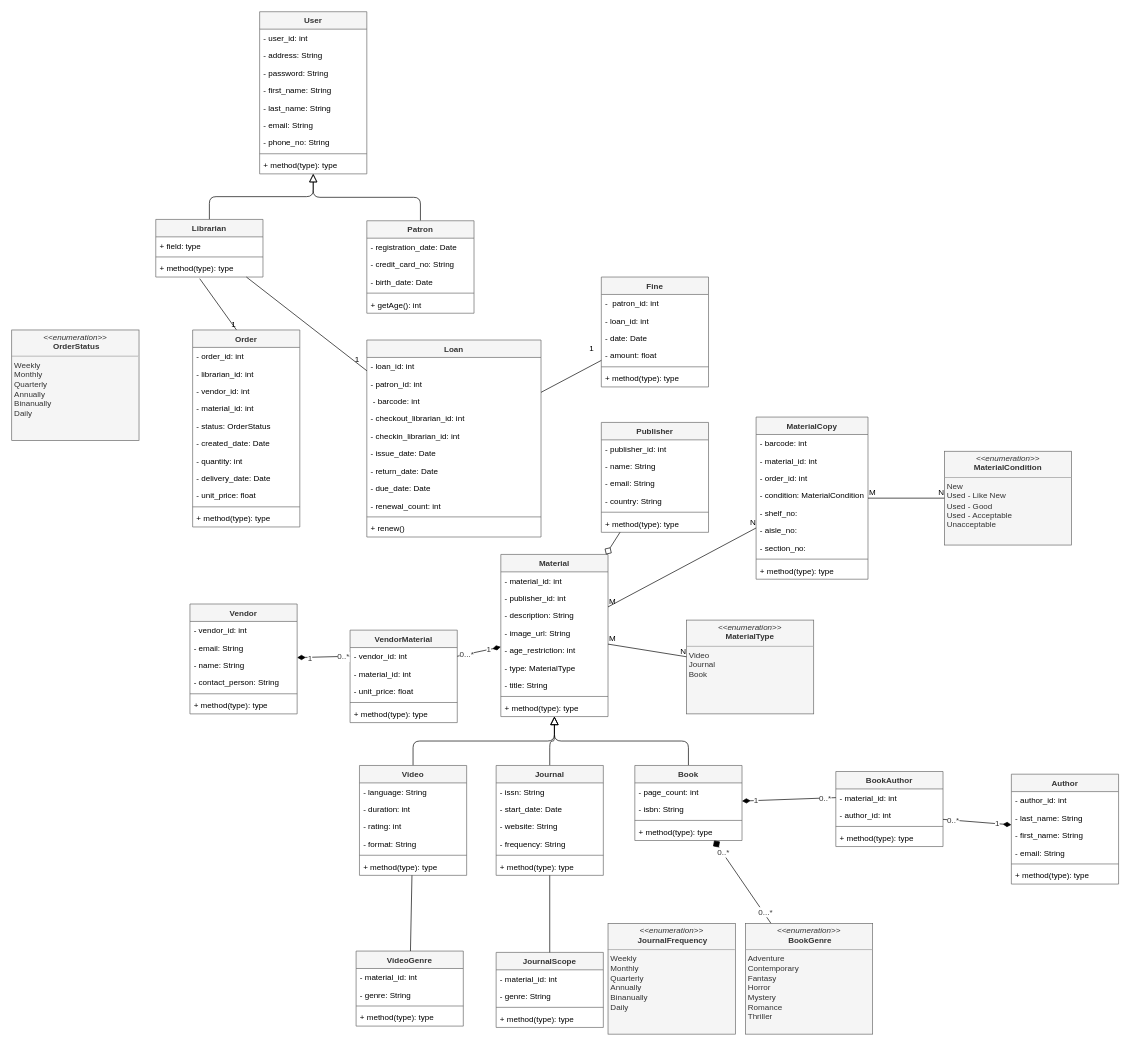
Earlier version of the draw.io diagram docs/assets/uml-class-diagram.drawio (creme332/biblionex). Source tidied: cells renumbered, new cells numbered last; positions are measured from the earlier drawing's top-left corner, leaving out a move shared by most shapes. Both pictures are drawn from the tidied source at 67%, with x=0, y=0 at pixel (11, 11).
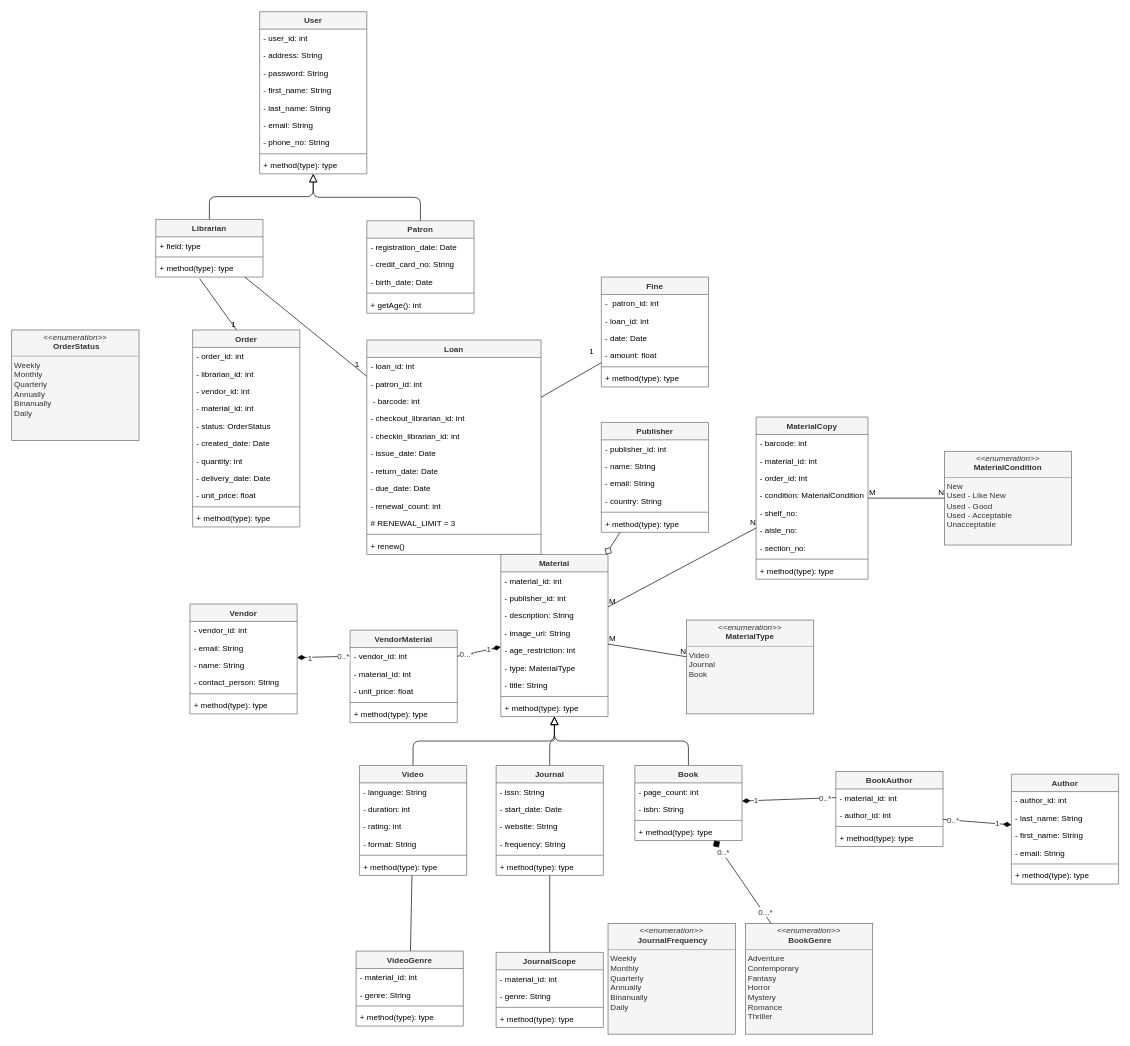
Above is the later version.

Commit message:
add renewal limit attribute to Loan

Diff of the diagram source:
```diff
@@
     <mxCell id="24" value="Loan" style="swimlane;fontStyle=1;align=center;verticalAlign=top;horizontal=1;startSize=26;fillColor=#f5f5f5;strokeColor=#666666;fontColor=#333333;" parent="1" vertex="1">
-      <mxGeometry x="530" y="490" width="260" height="294" as="geometry" />
+      <mxGeometry x="530" y="490" width="260" height="320" as="geometry" />
     </mxCell>
@@
+    <mxCell id="177" value="# RENEWAL_LIMIT = 3" style="text;strokeColor=none;fillColor=none;align=left;verticalAlign=top;spacingLeft=4;spacingRight=4;overflow=hidden;" parent="24" vertex="1">
+      <mxGeometry y="260" width="260" height="26" as="geometry" />
+    </mxCell>
     <mxCell id="34" style="line;strokeWidth=1;fillColor=none;align=left;verticalAlign=middle;spacingTop=-1;spacingLeft=3;spacingRight=3;labelPosition=right;strokeColor=inherit;" parent="24" vertex="1">
-      <mxGeometry y="260" width="260" height="8" as="geometry" />
+      <mxGeometry y="286" width="260" height="8" as="geometry" />
     </mxCell>
     <mxCell id="35" value="+ renew()" style="text;strokeColor=none;fillColor=none;align=left;verticalAlign=top;spacingLeft=4;spacingRight=4;overflow=hidden;" parent="24" vertex="1">
-      <mxGeometry y="268" width="260" height="26" as="geometry" />
+      <mxGeometry y="294" width="260" height="26" as="geometry" />
     </mxCell>
```
